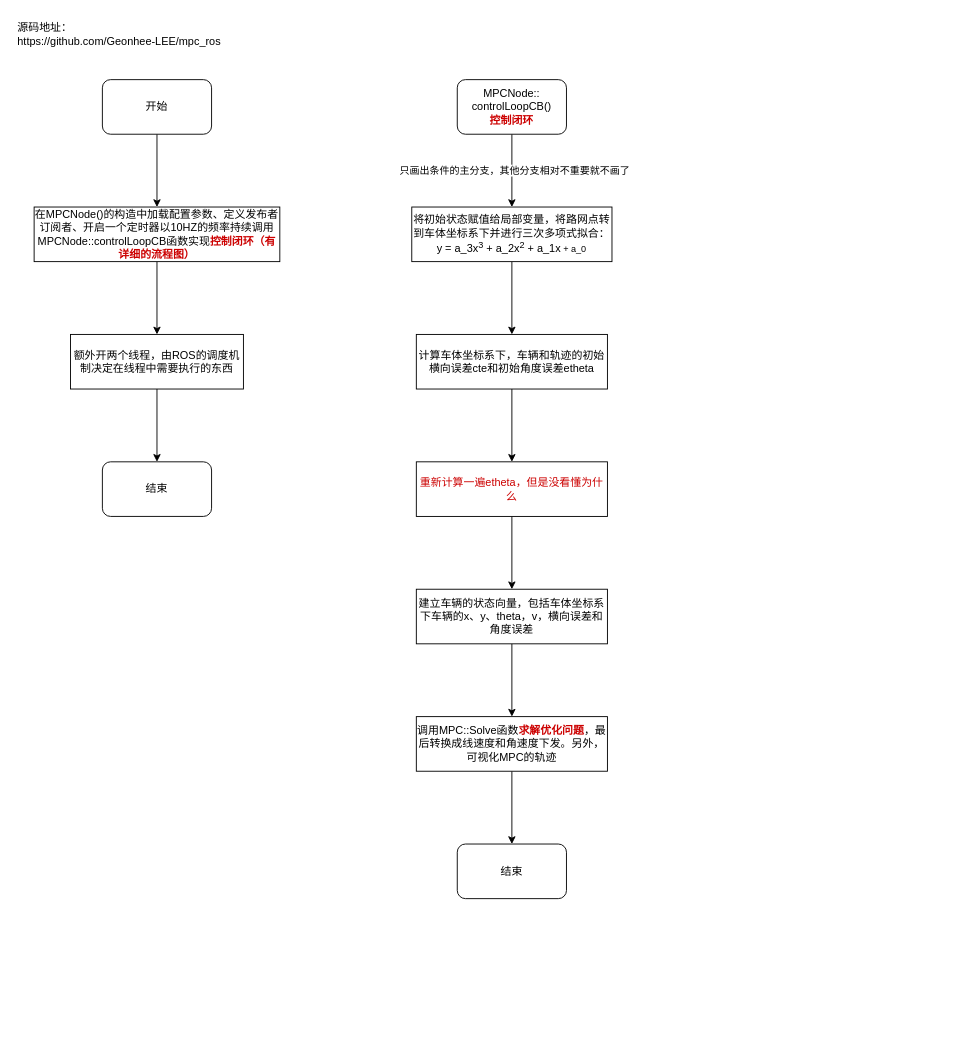
Before: NMPC流程图.drawio in wencheng0228/iodraw-files, a draw.io diagram. Source tidied: cells renumbered, new cells numbered last; positions are measured from the earlier drawing's top-left corner, leaving out a move shared by most shapes. Both pictures are drawn from the tidied source at 91%, with x=0, y=0 at pixel (15, 15).
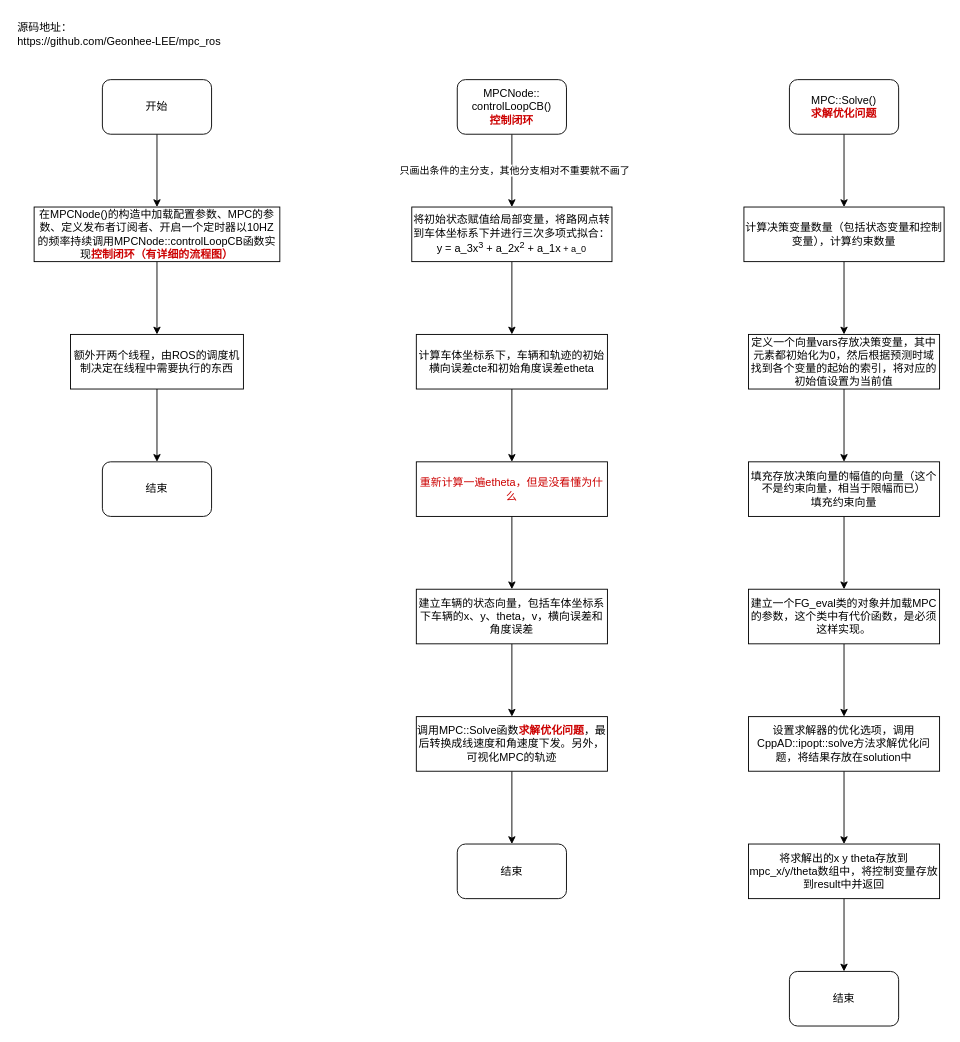
The same page after the edit.

Commit message (it also covers changes not shown here):
更新NMPC流程图.drawio

Diff of the diagram source:
```diff
@@
-    <mxCell id="6" value="在MPCNode()的构造中加载配置参数、定义发布者订阅者、开启一个定时器以10HZ的频率持续调用MPCNode::controlLoopCB函数实现&lt;b&gt;&lt;font color=&quot;#cc0000&quot;&gt;控制闭环（有详细的流程图）&lt;/font&gt;&lt;/b&gt;" style="whiteSpace=wrap;html=1;rounded=0;" parent="1" vertex="1">
+    <mxCell id="6" value="在MPCNode()的构造中加载配置参数、MPC的参数、定义发布者订阅者、开启一个定时器以10HZ的频率持续调用MPCNode::controlLoopCB函数实现&lt;b&gt;&lt;font color=&quot;#cc0000&quot;&gt;控制闭环（有详细的流程图）&lt;/font&gt;&lt;/b&gt;" style="whiteSpace=wrap;html=1;rounded=0;" parent="1" vertex="1">
       <mxGeometry x="20" y="210" width="270" height="60" as="geometry" />
     </mxCell>
@@
+    <mxCell id="24" style="edgeStyle=orthogonalEdgeStyle;rounded=0;jettySize=auto;html=1;" parent="1" edge="1" source="25" target="27">
+      <mxGeometry relative="1" as="geometry" />
+    </mxCell>
+    <mxCell id="25" value="MPC::Solve()&lt;div&gt;&lt;b&gt;&lt;font color=&quot;#cc0000&quot;&gt;求解优化问题&lt;/font&gt;&lt;/b&gt;&lt;/div&gt;" style="rounded=1;whiteSpace=wrap;html=1;" parent="1" vertex="1">
+      <mxGeometry x="850" y="70" width="120" height="60" as="geometry" />
+    </mxCell>
+    <mxCell id="26" style="edgeStyle=orthogonalEdgeStyle;rounded=0;jettySize=auto;html=1;" parent="1" edge="1" source="27" target="29">
+      <mxGeometry relative="1" as="geometry" />
+    </mxCell>
+    <mxCell id="27" value="计算决策变量数量（包括状态变量和控制变量），计算约束数量" style="whiteSpace=wrap;html=1;rounded=0;" parent="1" vertex="1">
+      <mxGeometry x="800" y="210" width="220" height="60" as="geometry" />
+    </mxCell>
+    <mxCell id="28" style="edgeStyle=orthogonalEdgeStyle;rounded=0;jettySize=auto;html=1;" parent="1" edge="1" source="29" target="31">
+      <mxGeometry relative="1" as="geometry" />
+    </mxCell>
+    <mxCell id="29" value="定义一个向量vars存放决策变量，其中元素都初始化为0，然后根据预测时域找到各个变量的起始的索引，将对应的初始值设置为当前值" style="whiteSpace=wrap;html=1;rounded=0;" parent="1" vertex="1">
+      <mxGeometry x="805" y="350" width="210" height="60" as="geometry" />
+    </mxCell>
+    <mxCell id="30" style="edgeStyle=orthogonalEdgeStyle;rounded=0;jettySize=auto;html=1;" parent="1" edge="1" source="31" target="33">
+      <mxGeometry relative="1" as="geometry" />
+    </mxCell>
+    <mxCell id="31" value="填充存放决策向量的幅值的向量（这个不是约束向量，相当于限幅而已）&lt;div&gt;填充约束向量&lt;/div&gt;" style="whiteSpace=wrap;html=1;rounded=0;" parent="1" vertex="1">
+      <mxGeometry x="805" y="490" width="210" height="60" as="geometry" />
+    </mxCell>
+    <mxCell id="32" style="edgeStyle=orthogonalEdgeStyle;rounded=0;jettySize=auto;html=1;" parent="1" edge="1" source="33" target="35">
+      <mxGeometry relative="1" as="geometry" />
+    </mxCell>
+    <mxCell id="33" value="建立一个FG_eval类的对象并加载MPC的参数，这个类中有代价函数，是必须这样实现。" style="whiteSpace=wrap;html=1;rounded=0;" parent="1" vertex="1">
+      <mxGeometry x="805" y="630" width="210" height="60" as="geometry" />
+    </mxCell>
+    <mxCell id="34" style="edgeStyle=orthogonalEdgeStyle;rounded=0;jettySize=auto;html=1;" parent="1" edge="1" source="35" target="37">
+      <mxGeometry relative="1" as="geometry" />
+    </mxCell>
+    <mxCell id="35" value="设置求解器的优化选项，调用CppAD::ipopt::solve方法求解优化问题，将结果存放在solution中" style="whiteSpace=wrap;html=1;rounded=0;" parent="1" vertex="1">
+      <mxGeometry x="805" y="770" width="210" height="60" as="geometry" />
+    </mxCell>
+    <mxCell id="36" style="edgeStyle=orthogonalEdgeStyle;rounded=0;jettySize=auto;html=1;" parent="1" edge="1" source="37" target="38">
+      <mxGeometry relative="1" as="geometry" />
+    </mxCell>
+    <mxCell id="37" value="将求解出的x y theta存放到mpc_x/y/theta数组中，将控制变量存放到result中并返回" style="whiteSpace=wrap;html=1;rounded=0;" parent="1" vertex="1">
+      <mxGeometry x="805" y="910" width="210" height="60" as="geometry" />
+    </mxCell>
+    <mxCell id="38" value="结束" style="whiteSpace=wrap;html=1;rounded=1;" parent="1" vertex="1">
+      <mxGeometry x="850" y="1050" width="120" height="60" as="geometry" />
+    </mxCell>
```
